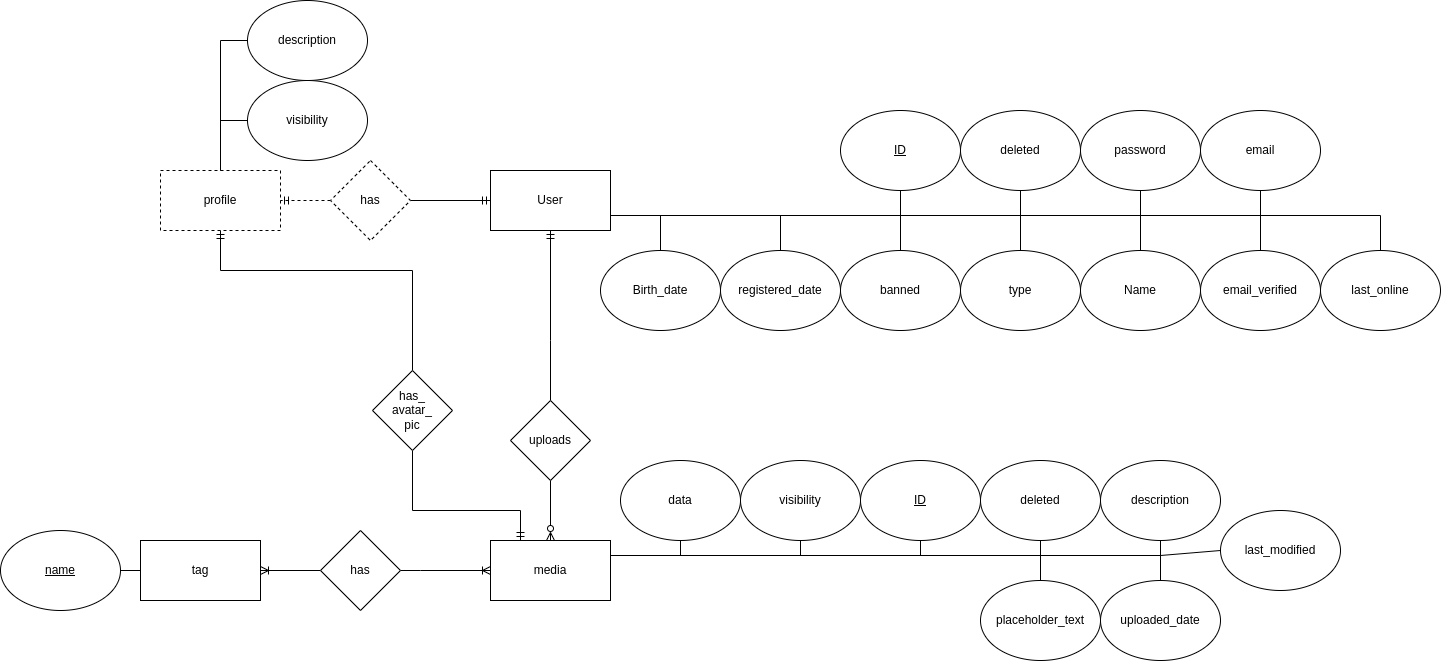
Earlier version of the draw.io export docs/dev/db/img/visual_posting_db_er_phase_01.drawio.png (gombosg21/vizsgaremek). Source tidied: cells renumbered, new cells last; positions are measured from the earlier drawing's top-left corner, leaving out a move shared by most shapes.
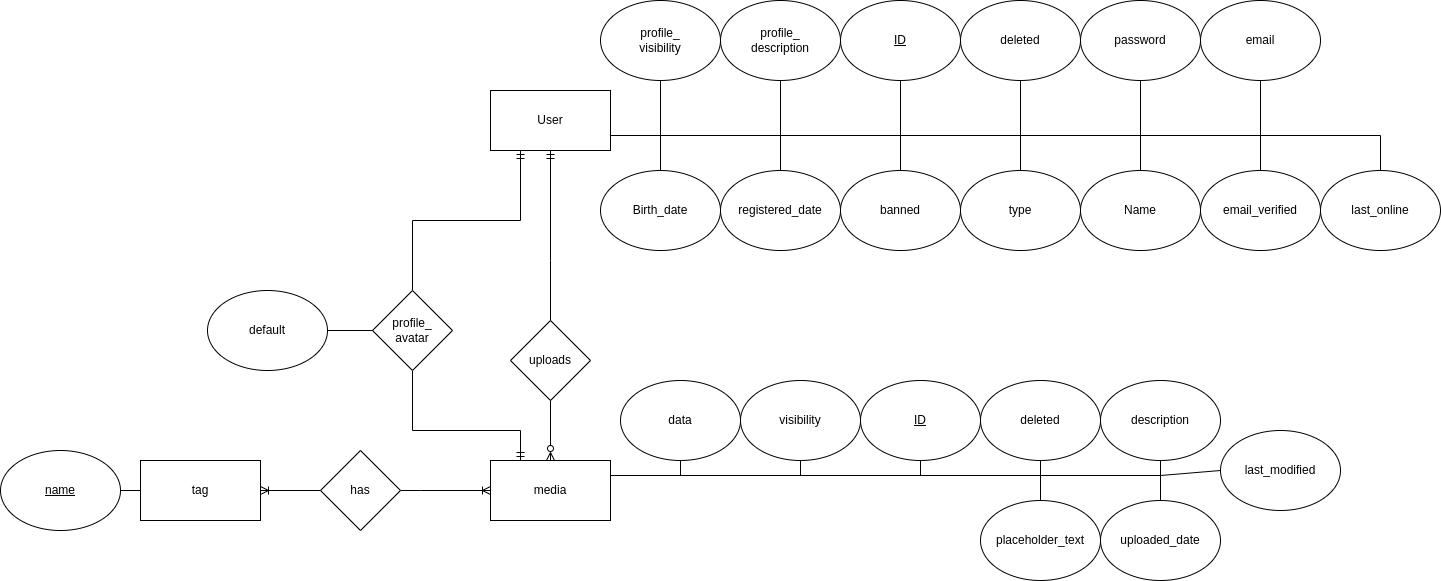
Above is the later version.

Commit message:
Merged profile into user

The edit, as a diff of the source:
```diff
@@ -31,7 +31,7 @@
       <mxGeometry x="1080" y="250" width="120" height="80" as="geometry" />
     </mxCell>
     <mxCell id="7" value="&lt;u&gt;ID&lt;/u&gt;" style="ellipse;whiteSpace=wrap;html=1;" parent="1" vertex="1">
-      <mxGeometry x="840" y="110" width="120" height="80" as="geometry" />
+      <mxGeometry x="840" y="80" width="120" height="80" as="geometry" />
     </mxCell>
     <mxCell id="8" style="edgeStyle=orthogonalEdgeStyle;rounded=0;jettySize=auto;html=1;exitX=0.5;exitY=0;exitDx=0;exitDy=0;entryX=1;entryY=0.75;entryDx=0;entryDy=0;startArrow=none;startFill=0;endArrow=none;endFill=0;" parent="1" edge="1" source="9" target="4">
       <mxGeometry relative="1" as="geometry" />
@@ -84,7 +84,7 @@
       <mxGeometry relative="1" as="geometry" />
     </mxCell>
     <mxCell id="19" value="password" style="ellipse;whiteSpace=wrap;html=1;" parent="1" vertex="1">
-      <mxGeometry x="1080" y="110" width="120" height="80" as="geometry" />
+      <mxGeometry x="1080" y="80" width="120" height="80" as="geometry" />
     </mxCell>
     <mxCell id="20" style="edgeStyle=orthogonalEdgeStyle;rounded=0;jettySize=auto;html=1;exitX=0.5;exitY=0;exitDx=0;exitDy=0;entryX=1;entryY=0.75;entryDx=0;entryDy=0;startArrow=none;startFill=0;endArrow=none;endFill=0;" parent="1" edge="1" source="21" target="4">
       <mxGeometry relative="1" as="geometry" />
@@ -101,7 +101,7 @@
       </mxGeometry>
     </mxCell>
     <mxCell id="23" value="email" style="ellipse;whiteSpace=wrap;html=1;" parent="1" vertex="1">
-      <mxGeometry x="1200" y="110" width="120" height="80" as="geometry" />
+      <mxGeometry x="1200" y="80" width="120" height="80" as="geometry" />
     </mxCell>
     <mxCell id="24" style="edgeStyle=orthogonalEdgeStyle;rounded=0;jettySize=auto;html=1;exitX=0.5;exitY=0;exitDx=0;exitDy=0;entryX=1;entryY=0.75;entryDx=0;entryDy=0;startArrow=none;startFill=0;endArrow=none;endFill=0;" parent="1" edge="1" source="25" target="4">
       <mxGeometry relative="1" as="geometry" />
@@ -122,42 +122,26 @@
     <mxCell id="28" value="&lt;u&gt;name&lt;/u&gt;" style="ellipse;whiteSpace=wrap;html=1;" parent="1" vertex="1">
       <mxGeometry y="530" width="120" height="80" as="geometry" />
     </mxCell>
-    <mxCell id="29" value="profile" style="rounded=0;whiteSpace=wrap;html=1;dashed=1;" parent="1" vertex="1">
-      <mxGeometry x="160" y="170" width="120" height="60" as="geometry" />
-    </mxCell>
-    <mxCell id="30" style="edgeStyle=orthogonalEdgeStyle;rounded=0;jettySize=auto;html=1;exitX=0;exitY=0.5;exitDx=0;exitDy=0;entryX=0.5;entryY=0;entryDx=0;entryDy=0;startArrow=none;startFill=0;endArrow=none;endFill=0;" parent="1" edge="1" source="31" target="29">
-      <mxGeometry relative="1" as="geometry" />
+    <mxCell id="30" style="edgeStyle=orthogonalEdgeStyle;rounded=0;jettySize=auto;html=1;exitX=0.5;exitY=1;exitDx=0;exitDy=0;entryX=1;entryY=0.75;entryDx=0;entryDy=0;startArrow=none;startFill=0;endArrow=none;endFill=0;" parent="1" edge="1" source="31" target="4">
+      <mxGeometry relative="1" as="geometry">
+        <Array as="points">
+          <mxPoint x="660" y="215" />
+        </Array>
+      </mxGeometry>
     </mxCell>
-    <mxCell id="31" value="visibility" style="ellipse;whiteSpace=wrap;html=1;" parent="1" vertex="1">
-      <mxGeometry x="247" y="80" width="120" height="80" as="geometry" />
+    <mxCell id="31" value="profile_&lt;br&gt;visibility" style="ellipse;whiteSpace=wrap;html=1;" parent="1" vertex="1">
+      <mxGeometry x="600" y="80" width="120" height="80" as="geometry" />
     </mxCell>
-    <mxCell id="32" style="edgeStyle=orthogonalEdgeStyle;rounded=0;jettySize=auto;html=1;startArrow=none;startFill=0;endArrow=none;endFill=0;entryX=0.5;entryY=0;entryDx=0;entryDy=0;" parent="1" edge="1" source="33" target="29">
+    <mxCell id="32" style="edgeStyle=orthogonalEdgeStyle;rounded=0;jettySize=auto;html=1;startArrow=none;startFill=0;endArrow=none;endFill=0;entryX=1;entryY=0.75;entryDx=0;entryDy=0;" parent="1" edge="1" source="33" target="4">
       <mxGeometry relative="1" as="geometry">
         <Array as="points">
-          <mxPoint x="220" y="40" />
+          <mxPoint x="780" y="215" />
         </Array>
       </mxGeometry>
     </mxCell>
-    <mxCell id="33" value="description" style="ellipse;whiteSpace=wrap;html=1;" parent="1" vertex="1">
-      <mxGeometry x="247" width="120" height="80" as="geometry" />
+    <mxCell id="33" value="profile_&lt;br&gt;description" style="ellipse;whiteSpace=wrap;html=1;" parent="1" vertex="1">
+      <mxGeometry x="720" y="80" width="120" height="80" as="geometry" />
     </mxCell>
-    <mxCell id="34" style="edgeStyle=orthogonalEdgeStyle;rounded=0;jettySize=auto;html=1;exitX=0;exitY=0.5;exitDx=0;exitDy=0;entryX=1;entryY=0.5;entryDx=0;entryDy=0;endArrow=ERmandOne;endFill=0;dashed=1;" parent="1" edge="1" source="36" target="29">
-      <mxGeometry relative="1" as="geometry">
-        <Array as="points">
-          <mxPoint x="330" y="200" />
-        </Array>
-      </mxGeometry>
-    </mxCell>
-    <mxCell id="35" style="edgeStyle=orthogonalEdgeStyle;rounded=0;jettySize=auto;html=1;exitX=1;exitY=0.5;exitDx=0;exitDy=0;endArrow=ERmandOne;endFill=0;startArrow=none;startFill=0;entryX=0;entryY=0.5;entryDx=0;entryDy=0;" parent="1" edge="1" source="36" target="4">
-      <mxGeometry relative="1" as="geometry">
-        <Array as="points">
-          <mxPoint x="410" y="200" />
-        </Array>
-      </mxGeometry>
-    </mxCell>
-    <mxCell id="36" value="has" style="rhombus;whiteSpace=wrap;html=1;dashed=1;" parent="1" vertex="1">
-      <mxGeometry x="330" y="160" width="80" height="80" as="geometry" />
-    </mxCell>
     <mxCell id="37" style="edgeStyle=orthogonalEdgeStyle;rounded=0;jettySize=auto;html=1;exitX=0.5;exitY=1;exitDx=0;exitDy=0;endArrow=ERzeroToMany;endFill=0;" parent="1" edge="1" source="38" target="13">
       <mxGeometry relative="1" as="geometry">
         <Array as="points">
@@ -192,15 +176,10 @@
     <mxCell id="43" value="deleted" style="ellipse;whiteSpace=wrap;html=1;" parent="1" vertex="1">
       <mxGeometry x="980" y="460" width="120" height="80" as="geometry" />
     </mxCell>
-    <mxCell id="44" style="edgeStyle=orthogonalEdgeStyle;rounded=0;jettySize=auto;html=1;exitX=0.5;exitY=0;exitDx=0;exitDy=0;endArrow=ERmandOne;endFill=0;entryX=0.5;entryY=1;entryDx=0;entryDy=0;" parent="1" edge="1" source="45" target="29">
-      <mxGeometry relative="1" as="geometry">
-        <Array as="points">
-          <mxPoint x="412" y="270" />
-          <mxPoint x="220" y="270" />
-        </Array>
-      </mxGeometry>
-    </mxCell>
+    <mxCell id="62" style="edgeStyle=orthogonalEdgeStyle;rounded=0;jettySize=auto;html=1;exitX=0.5;exitY=0;exitDx=0;exitDy=0;entryX=0.25;entryY=1;entryDx=0;entryDy=0;startArrow=none;startFill=0;endArrow=ERmandOne;endFill=0;" parent="1" edge="1" source="45" target="4">
+      <mxGeometry relative="1" as="geometry" />
+    </mxCell>
-    <mxCell id="45" value="has_&lt;br&gt;avatar_&lt;br&gt;pic" style="rhombus;whiteSpace=wrap;html=1;" parent="1" vertex="1">
+    <mxCell id="45" value="profile_&lt;br&gt;avatar" style="rhombus;whiteSpace=wrap;html=1;" parent="1" vertex="1">
       <mxGeometry x="372" y="370" width="80" height="80" as="geometry" />
     </mxCell>
     <mxCell id="46" style="edgeStyle=orthogonalEdgeStyle;rounded=0;jettySize=auto;html=1;exitX=0.5;exitY=0;exitDx=0;exitDy=0;endArrow=none;endFill=0;entryX=1;entryY=0.75;entryDx=0;entryDy=0;" parent="1" edge="1" source="47" target="4">
@@ -231,7 +210,7 @@
       </mxGeometry>
     </mxCell>
     <mxCell id="51" value="deleted" style="ellipse;whiteSpace=wrap;html=1;" parent="1" vertex="1">
-      <mxGeometry x="960" y="110" width="120" height="80" as="geometry" />
+      <mxGeometry x="960" y="80" width="120" height="80" as="geometry" />
     </mxCell>
     <mxCell id="52" style="edgeStyle=orthogonalEdgeStyle;rounded=0;jettySize=auto;html=1;exitX=0.5;exitY=0;exitDx=0;exitDy=0;entryX=1;entryY=0.75;entryDx=0;entryDy=0;startArrow=none;startFill=0;endArrow=none;endFill=0;" parent="1" edge="1" source="53" target="4">
       <mxGeometry relative="1" as="geometry" />
@@ -275,5 +254,11 @@
     <mxCell id="61" value="last_modified" style="ellipse;whiteSpace=wrap;html=1;" parent="1" vertex="1">
       <mxGeometry x="1220" y="510" width="120" height="80" as="geometry" />
     </mxCell>
+    <mxCell id="63" style="edgeStyle=orthogonalEdgeStyle;rounded=0;jettySize=auto;html=1;exitX=1;exitY=0.5;exitDx=0;exitDy=0;startArrow=none;startFill=0;endArrow=none;endFill=0;" parent="1" edge="1" source="64" target="45">
+      <mxGeometry relative="1" as="geometry" />
+    </mxCell>
+    <mxCell id="64" value="default" style="ellipse;whiteSpace=wrap;html=1;" parent="1" vertex="1">
+      <mxGeometry x="207" y="370" width="120" height="80" as="geometry" />
+    </mxCell>
   </root>
 </mxGraphModel>
```
